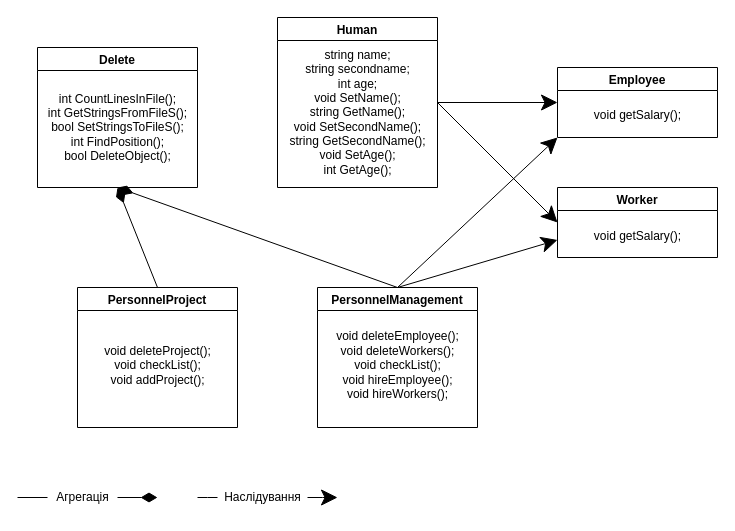
oleksanderShevchuk/Daigram keeps this draw.io diagram as page "Page-3" (3 of 4) of Untitled Diagram.drawio. Above is the earlier version. Source tidied: cells renumbered, new cells numbered last; positions are measured from the earlier drawing's top-left corner, leaving out a move shared by most shapes. Both pictures are drawn from the tidied source at 100%, with x=0, y=0 at pixel (17, 17).
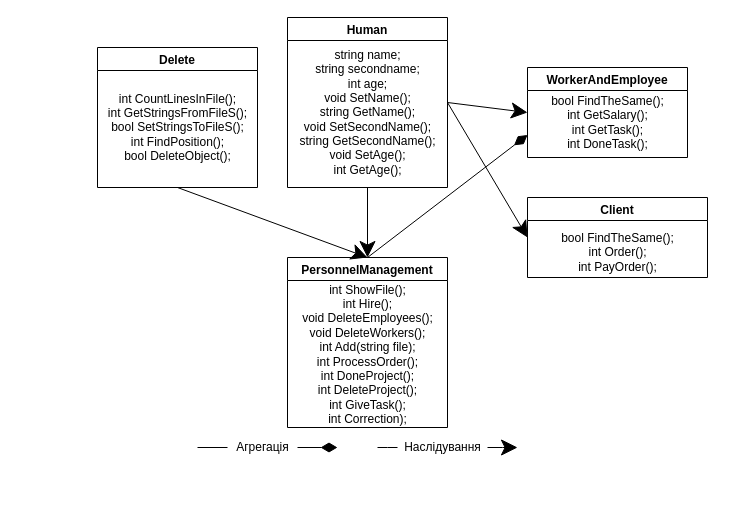
Above is the later version.

The edit, as a diff of the source:
```diff
@@
     <mxCell id="2" value="Delete" style="swimlane;" parent="1" vertex="1">
-      <mxGeometry x="20" y="30" width="160" height="140" as="geometry" />
+      <mxGeometry x="80" y="30" width="160" height="140" as="geometry" />
     </mxCell>
@@
     <mxCell id="4" value="Human" style="swimlane;" parent="1" vertex="1">
-      <mxGeometry x="260" width="160" height="170" as="geometry" />
+      <mxGeometry x="270" width="160" height="170" as="geometry" />
     </mxCell>
@@
-    <mxCell id="6" value="PersonnelManagement" style="swimlane;" parent="1" vertex="1">
-      <mxGeometry x="300" y="270" width="160" height="140" as="geometry" />
-    </mxCell>
-    <mxCell id="7" value="&lt;div&gt;void deleteEmployee();&lt;/div&gt;&lt;div&gt;&lt;span&gt; &lt;/span&gt;void deleteWorkers();&lt;/div&gt;&lt;div&gt;void checkList();&lt;/div&gt;&lt;div&gt;void&amp;nbsp;hireEmployee();&lt;/div&gt;&lt;div&gt;void&amp;nbsp;hireWorkers();&lt;br&gt;&lt;/div&gt;&lt;div&gt;&lt;br&gt;&lt;/div&gt;" style="text;html=1;align=center;verticalAlign=middle;strokeColor=none;fillColor=none;" parent="6" vertex="1">
-      <mxGeometry x="10" y="40" width="140" height="90" as="geometry" />
-    </mxCell>
-    <mxCell id="8" value="PersonnelProject" style="swimlane;" parent="1" vertex="1">
-      <mxGeometry x="60" y="270" width="160" height="140" as="geometry" />
+    <mxCell id="8" value="PersonnelManagement" style="swimlane;" parent="1" vertex="1">
+      <mxGeometry x="270" y="240" width="160" height="170" as="geometry" />
     </mxCell>
-    <mxCell id="9" value="&lt;div&gt;void deleteProject();&lt;/div&gt;&lt;div&gt;void checkList();&lt;/div&gt;&lt;div&gt;void addProject();&lt;/div&gt;&lt;div&gt;&lt;br&gt;&lt;/div&gt;" style="text;html=1;align=center;verticalAlign=middle;strokeColor=none;fillColor=none;" parent="8" vertex="1">
-      <mxGeometry x="20" y="55" width="120" height="60" as="geometry" />
+    <mxCell id="9" value="&lt;div&gt;&lt;div&gt;int ShowFile();&lt;/div&gt;&lt;div&gt;&lt;span style=&quot;&quot;&gt; &lt;/span&gt;int Hire();&lt;/div&gt;&lt;div&gt;&lt;span style=&quot;&quot;&gt; &lt;/span&gt;void DeleteEmployees();&lt;/div&gt;&lt;div&gt;&lt;span style=&quot;&quot;&gt; &lt;/span&gt;void DeleteWorkers();&lt;/div&gt;&lt;div&gt;&lt;span style=&quot;&quot;&gt; &lt;/span&gt;int Add(string file);&lt;/div&gt;&lt;div&gt;&lt;span style=&quot;&quot;&gt; &lt;/span&gt;int ProcessOrder();&lt;/div&gt;&lt;div&gt;&lt;span style=&quot;&quot;&gt; &lt;/span&gt;int DoneProject();&lt;/div&gt;&lt;div&gt;&lt;span style=&quot;&quot;&gt; &lt;/span&gt;int DeleteProject();&lt;/div&gt;&lt;div&gt;&lt;span style=&quot;&quot;&gt; &lt;/span&gt;int GiveTask();&lt;/div&gt;&lt;div&gt;&lt;span style=&quot;&quot;&gt; &lt;/span&gt;int Correction);&lt;/div&gt;&lt;/div&gt;" style="text;html=1;align=center;verticalAlign=middle;strokeColor=none;fillColor=none;" parent="8" vertex="1">
+      <mxGeometry x="5" y="22" width="150" height="150" as="geometry" />
     </mxCell>
-    <mxCell id="10" value="Worker" style="swimlane;" parent="1" vertex="1">
-      <mxGeometry x="540" y="170" width="160" height="70" as="geometry" />
+    <mxCell id="10" value="Client" style="swimlane;" parent="1" vertex="1">
+      <mxGeometry x="510" y="180" width="180" height="80" as="geometry" />
     </mxCell>
-    <mxCell id="11" value="&lt;div&gt;void getSalary();&lt;/div&gt;&lt;div&gt;&lt;br&gt;&lt;/div&gt;" style="text;html=1;align=center;verticalAlign=middle;strokeColor=none;fillColor=none;" parent="10" vertex="1">
-      <mxGeometry x="30" y="41" width="100" height="30" as="geometry" />
+    <mxCell id="11" value="&lt;div&gt;bool FindTheSame();&lt;br&gt;&lt;/div&gt;&lt;div&gt;int Order();&lt;br&gt;&lt;/div&gt;&lt;div&gt;int&amp;nbsp;PayOrder();&lt;/div&gt;" style="text;html=1;align=center;verticalAlign=middle;strokeColor=none;fillColor=none;" parent="10" vertex="1">
+      <mxGeometry x="25" y="30" width="130" height="50" as="geometry" />
     </mxCell>
-    <mxCell id="12" value="Employee" style="swimlane;" parent="1" vertex="1">
-      <mxGeometry x="540" y="50" width="160" height="70" as="geometry" />
+    <mxCell id="12" value="WorkerAndEmployee" style="swimlane;" parent="1" vertex="1">
+      <mxGeometry x="510" y="50" width="160" height="90" as="geometry" />
     </mxCell>
-    <mxCell id="13" value="&lt;div&gt;void getSalary();&lt;/div&gt;&lt;div&gt;&lt;br&gt;&lt;/div&gt;" style="text;html=1;align=center;verticalAlign=middle;strokeColor=none;fillColor=none;" parent="12" vertex="1">
-      <mxGeometry x="30" y="40" width="100" height="30" as="geometry" />
+    <mxCell id="13" value="&lt;div&gt;bool FindTheSame();&lt;br&gt;&lt;/div&gt;&lt;div&gt;int GetSalary();&lt;/div&gt;&lt;div&gt;int GetTask();&lt;br&gt;&lt;/div&gt;&lt;div&gt;int DoneTask();&lt;br&gt;&lt;/div&gt;" style="text;html=1;align=center;verticalAlign=middle;strokeColor=none;fillColor=none;" parent="12" vertex="1">
+      <mxGeometry x="15" y="25" width="130" height="60" as="geometry" />
     </mxCell>
     <mxCell id="14" style="endArrow=diamondThin;endFill=1;endSize=14;html=1;rounded=0;startArrow=none;" parent="1" edge="1" source="24">
       <mxGeometry relative="1" as="geometry">
-        <mxPoint x="140" y="480" as="targetPoint" />
+        <mxPoint x="320" y="430" as="targetPoint" />
       </mxGeometry>
     </mxCell>
     <mxCell id="15" style="edgeStyle=elbowEdgeStyle;elbow=horizontal;endArrow=classic;html=1;rounded=0;endSize=14;startArrow=none;" parent="1" edge="1" source="22">
       <mxGeometry relative="1" as="geometry">
-        <mxPoint x="320" y="480" as="targetPoint" />
+        <mxPoint x="500" y="430" as="targetPoint" />
       </mxGeometry>
     </mxCell>
@@
-    <mxCell id="18" style="endArrow=diamondThin;endFill=1;endSize=14;html=1;rounded=0;exitX=0.5;exitY=0;exitDx=0;exitDy=0;entryX=0.5;entryY=1;entryDx=0;entryDy=0;" parent="1" edge="1" source="6" target="2">
-      <mxGeometry relative="1" as="geometry" />
-    </mxCell>
-    <mxCell id="19" style="endArrow=diamondThin;endFill=1;endSize=14;html=1;rounded=0;exitX=0.5;exitY=0;exitDx=0;exitDy=0;entryX=0.5;entryY=1;entryDx=0;entryDy=0;" parent="1" edge="1" source="8" target="2">
+    <mxCell id="19" style="endArrow=diamondThin;endFill=1;endSize=14;html=1;rounded=0;exitX=0.5;exitY=0;exitDx=0;exitDy=0;entryX=0;entryY=0.75;entryDx=0;entryDy=0;" parent="1" edge="1" source="8" target="12">
       <mxGeometry relative="1" as="geometry" />
     </mxCell>
-    <mxCell id="20" style="endArrow=classic;html=1;rounded=0;endSize=14;exitX=0.5;exitY=0;exitDx=0;exitDy=0;entryX=0;entryY=1;entryDx=0;entryDy=0;" parent="1" edge="1" source="6" target="12">
-      <mxGeometry relative="1" as="geometry" />
-    </mxCell>
-    <mxCell id="21" style="endArrow=classic;html=1;rounded=0;endSize=14;exitX=0.5;exitY=0;exitDx=0;exitDy=0;entryX=0;entryY=0.75;entryDx=0;entryDy=0;" parent="1" edge="1" source="6" target="10">
-      <mxGeometry relative="1" as="geometry" />
-    </mxCell>
     <mxCell id="22" value="Наслідування" style="text;html=1;align=center;verticalAlign=middle;points=[];fillColor=none;strokeColor=none;rounded=0;" parent="1" vertex="1">
-      <mxGeometry x="200" y="470" width="90" height="20" as="geometry" />
+      <mxGeometry x="380" y="420" width="90" height="20" as="geometry" />
     </mxCell>
     <mxCell id="23" style="edgeStyle=elbowEdgeStyle;elbow=horizontal;endArrow=none;html=1;rounded=0;endSize=14;" parent="1" edge="1" target="22">
       <mxGeometry relative="1" as="geometry">
-        <mxPoint x="180" y="480" as="sourcePoint" />
+        <mxPoint x="360" y="430" as="sourcePoint" />
       </mxGeometry>
     </mxCell>
     <mxCell id="24" value="Агрегація" style="text;html=1;align=center;verticalAlign=middle;points=[];fillColor=none;strokeColor=none;rounded=0;" parent="1" vertex="1">
-      <mxGeometry x="30" y="470" width="70" height="20" as="geometry" />
+      <mxGeometry x="210" y="420" width="70" height="20" as="geometry" />
     </mxCell>
     <mxCell id="25" style="endArrow=none;endFill=1;endSize=14;html=1;rounded=0;" parent="1" edge="1" target="24">
       <mxGeometry relative="1" as="geometry">
-        <mxPoint y="480" as="sourcePoint" />
+        <mxPoint x="180" y="430" as="sourcePoint" />
       </mxGeometry>
     </mxCell>
+    <mxCell id="26" style="endArrow=classic;html=1;rounded=0;endSize=14;exitX=0.5;exitY=1;exitDx=0;exitDy=0;entryX=0.5;entryY=0;entryDx=0;entryDy=0;" parent="1" edge="1" source="2" target="8">
+      <mxGeometry relative="1" as="geometry" />
+    </mxCell>
+    <mxCell id="27" style="endArrow=classic;html=1;rounded=0;endSize=14;exitX=0.5;exitY=1;exitDx=0;exitDy=0;entryX=0.5;entryY=0;entryDx=0;entryDy=0;" parent="1" edge="1" source="4" target="8">
+      <mxGeometry relative="1" as="geometry" />
+    </mxCell>
```
